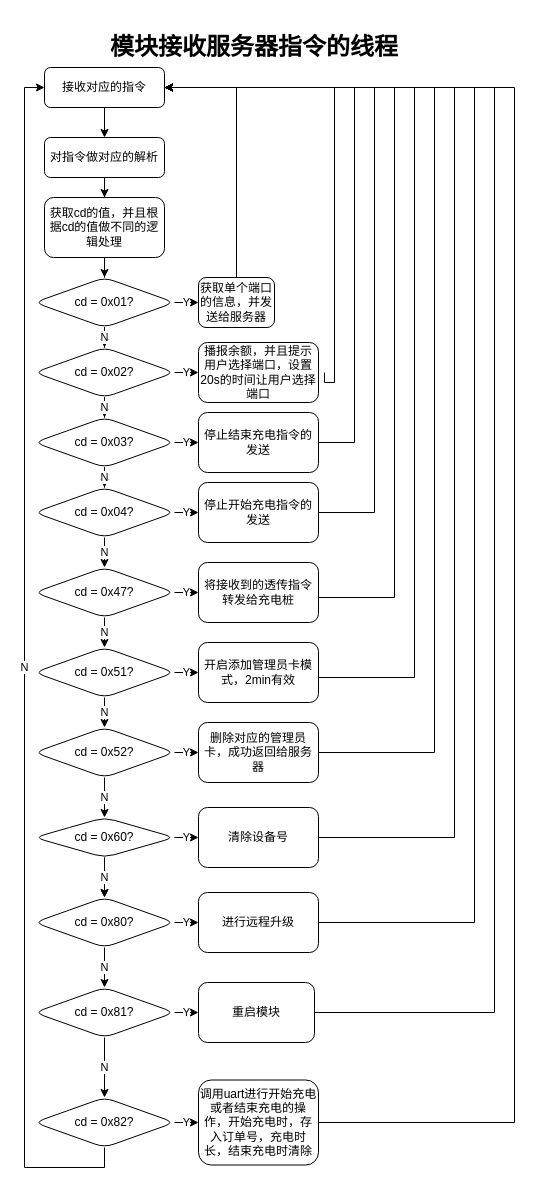
The draw.io diagram page "第 2 页" (2 of 5) of Untitled Diagram.drawio in SearchFan/Chip_Flowchart, before the edit. Source tidied: cells renumbered, new cells numbered last; positions are measured from the earlier drawing's top-left corner, leaving out a move shared by most shapes. Both pictures are drawn from the tidied source at 100%, with x=0, y=0 at pixel (34, 27).
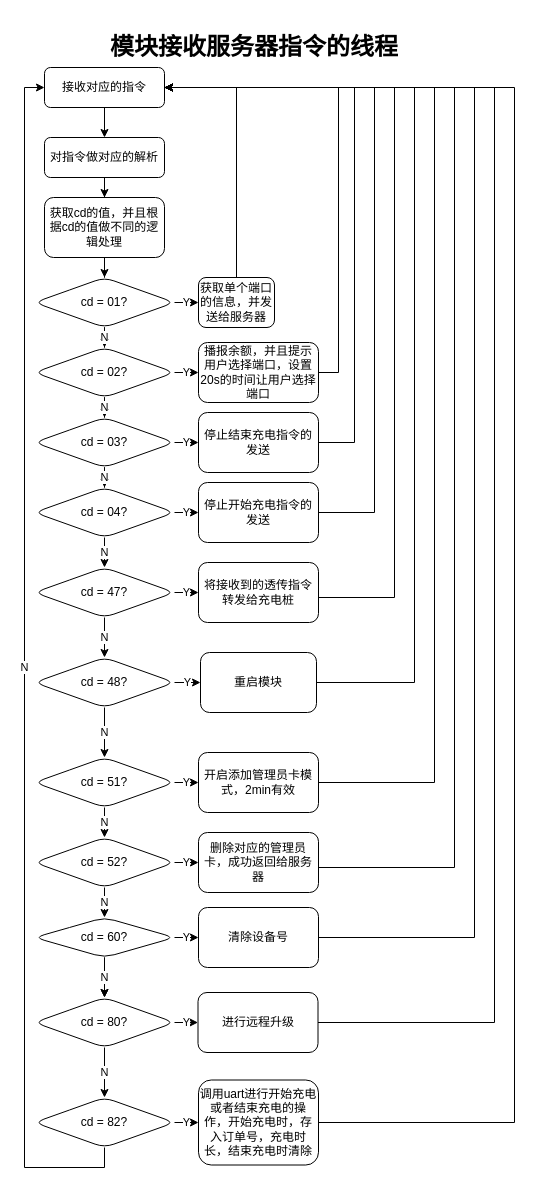
The same page after the edit.

Unchanged cells that the change refers to:
```xml
<mxCell id="3" value="接收对应的指令" style="rounded=1;whiteSpace=wrap;html=1;fontSize=12;glass=0;strokeWidth=1;shadow=0;" parent="1" vertex="1">
  <mxGeometry x="10" y="40" width="120" height="40" as="geometry" />
</mxCell>
<mxCell id="38" value="播报余额，并且提示用户选择端口，设置20s的时间让用户选择端口" style="whiteSpace=wrap;html=1;rounded=1;shadow=0;strokeWidth=1;glass=0;" parent="1" vertex="1">
  <mxGeometry x="164" y="315" width="120" height="60" as="geometry" />
</mxCell>
```

Change to the diagram source:
```diff
@@
-    <mxCell id="10" value="cd = 0x01?" style="rhombus;whiteSpace=wrap;html=1;rounded=1;shadow=0;strokeWidth=1;glass=0;" parent="1" vertex="1">
+    <mxCell id="10" value="cd = 01?" style="rhombus;whiteSpace=wrap;html=1;rounded=1;shadow=0;strokeWidth=1;glass=0;" parent="1" vertex="1">
       <mxGeometry y="250" width="140" height="50" as="geometry" />
     </mxCell>
@@
-    <mxCell id="13" value="cd = 0x02?" style="rhombus;whiteSpace=wrap;html=1;rounded=1;shadow=0;strokeWidth=1;glass=0;" parent="1" vertex="1">
+    <mxCell id="13" value="cd = 02?" style="rhombus;whiteSpace=wrap;html=1;rounded=1;shadow=0;strokeWidth=1;glass=0;" parent="1" vertex="1">
       <mxGeometry y="320" width="140" height="50" as="geometry" />
     </mxCell>
@@
-    <mxCell id="16" value="cd = 0x03?" style="rhombus;whiteSpace=wrap;html=1;rounded=1;shadow=0;strokeWidth=1;glass=0;" parent="1" vertex="1">
+    <mxCell id="16" value="cd = 03?" style="rhombus;whiteSpace=wrap;html=1;rounded=1;shadow=0;strokeWidth=1;glass=0;" parent="1" vertex="1">
       <mxGeometry y="390" width="140" height="50" as="geometry" />
     </mxCell>
@@
-    <mxCell id="19" value="cd = 0x04?" style="rhombus;whiteSpace=wrap;html=1;rounded=1;shadow=0;strokeWidth=1;glass=0;" parent="1" vertex="1">
+    <mxCell id="19" value="cd = 04?" style="rhombus;whiteSpace=wrap;html=1;rounded=1;shadow=0;strokeWidth=1;glass=0;" parent="1" vertex="1">
       <mxGeometry y="460" width="140" height="50" as="geometry" />
     </mxCell>
-    <mxCell id="20" value="N" style="edgeStyle=orthogonalEdgeStyle;rounded=0;jettySize=auto;html=1;" parent="1" edge="1" source="22" target="25">
-      <mxGeometry relative="1" as="geometry" />
-    </mxCell>
@@
+    <mxCell id="65" value="N" style="edgeStyle=orthogonalEdgeStyle;rounded=0;jettySize=auto;html=1;" parent="1" edge="1" source="22" target="68">
+      <mxGeometry relative="1" as="geometry" />
+    </mxCell>
-    <mxCell id="22" value="cd = 0x47?" style="rhombus;whiteSpace=wrap;html=1;rounded=1;shadow=0;strokeWidth=1;glass=0;" parent="1" vertex="1">
+    <mxCell id="22" value="cd = 47?" style="rhombus;whiteSpace=wrap;html=1;rounded=1;shadow=0;strokeWidth=1;glass=0;" parent="1" vertex="1">
       <mxGeometry y="540" width="140" height="50" as="geometry" />
     </mxCell>
@@
-    <mxCell id="25" value="cd = 0x51?" style="rhombus;whiteSpace=wrap;html=1;rounded=1;shadow=0;strokeWidth=1;glass=0;" parent="1" vertex="1">
-      <mxGeometry y="620" width="140" height="50" as="geometry" />
+    <mxCell id="25" value="cd = 51?" style="rhombus;whiteSpace=wrap;html=1;rounded=1;shadow=0;strokeWidth=1;glass=0;" parent="1" vertex="1">
+      <mxGeometry y="730" width="140" height="50" as="geometry" />
     </mxCell>
@@
-    <mxCell id="28" value="cd = 0x52?" style="rhombus;whiteSpace=wrap;html=1;rounded=1;shadow=0;strokeWidth=1;glass=0;" parent="1" vertex="1">
-      <mxGeometry y="700" width="140" height="50" as="geometry" />
+    <mxCell id="28" value="cd = 52?" style="rhombus;whiteSpace=wrap;html=1;rounded=1;shadow=0;strokeWidth=1;glass=0;" parent="1" vertex="1">
+      <mxGeometry y="810" width="140" height="50" as="geometry" />
     </mxCell>
@@
-    <mxCell id="30" value="N" style="edgeStyle=orthogonalEdgeStyle;rounded=0;jettySize=auto;html=1;" parent="1" edge="1" source="31" target="62">
-      <mxGeometry relative="1" as="geometry" />
-    </mxCell>
+    <mxCell id="60" value="N" style="edgeStyle=orthogonalEdgeStyle;rounded=0;jettySize=auto;html=1;exitX=0.5;exitY=1;exitDx=0;exitDy=0;entryX=0.5;entryY=0;entryDx=0;entryDy=0;" parent="1" edge="1" source="31" target="34">
+      <mxGeometry relative="1" as="geometry" />
+    </mxCell>
-    <mxCell id="31" value="cd = 0x80?" style="rhombus;whiteSpace=wrap;html=1;rounded=1;shadow=0;strokeWidth=1;glass=0;" parent="1" vertex="1">
-      <mxGeometry y="870" width="140" height="50" as="geometry" />
+    <mxCell id="31" value="cd = 80?" style="rhombus;whiteSpace=wrap;html=1;rounded=1;shadow=0;strokeWidth=1;glass=0;" parent="1" vertex="1">
+      <mxGeometry y="970" width="140" height="50" as="geometry" />
     </mxCell>
@@
-    <mxCell id="34" value="cd = 0x82?" style="rhombus;whiteSpace=wrap;html=1;rounded=1;shadow=0;strokeWidth=1;glass=0;" parent="1" vertex="1">
+    <mxCell id="34" value="cd = 82?" style="rhombus;whiteSpace=wrap;html=1;rounded=1;shadow=0;strokeWidth=1;glass=0;" parent="1" vertex="1">
       <mxGeometry y="1070" width="140" height="50" as="geometry" />
     </mxCell>
@@
-    <mxCell id="37" style="edgeStyle=orthogonalEdgeStyle;rounded=0;jettySize=auto;html=1;entryX=1;entryY=0.5;entryDx=0;entryDy=0;" parent="1" edge="1" target="3">
-      <mxGeometry relative="1" as="geometry">
-        <mxPoint x="290" y="345" as="sourcePoint" />
-        <Array as="points">
-          <mxPoint x="300" y="355" />
-          <mxPoint x="300" y="60" />
-        </Array>
-      </mxGeometry>
-    </mxCell>
+    <mxCell id="66" style="edgeStyle=orthogonalEdgeStyle;rounded=0;jettySize=auto;html=1;exitX=1;exitY=0.5;exitDx=0;exitDy=0;entryX=1;entryY=0.5;entryDx=0;entryDy=0;" parent="1" edge="1" source="38" target="3">
+      <mxGeometry relative="1" as="geometry" />
+    </mxCell>
@@
     <mxCell id="45" style="edgeStyle=orthogonalEdgeStyle;rounded=0;jettySize=auto;html=1;exitX=1;exitY=0.5;exitDx=0;exitDy=0;entryX=1;entryY=0.5;entryDx=0;entryDy=0;" parent="1" edge="1" source="46" target="3">
       <mxGeometry relative="1" as="geometry">
         <Array as="points">
-          <mxPoint x="284" y="650" />
-          <mxPoint x="380" y="650" />
-          <mxPoint x="380" y="60" />
+          <mxPoint x="400" y="755" />
+          <mxPoint x="400" y="60" />
         </Array>
       </mxGeometry>
     </mxCell>
     <mxCell id="46" value="开启添加管理员卡模式，2min有效" style="whiteSpace=wrap;html=1;rounded=1;shadow=0;strokeWidth=1;glass=0;" parent="1" vertex="1">
-      <mxGeometry x="164" y="615" width="120" height="60" as="geometry" />
+      <mxGeometry x="164" y="725" width="120" height="60" as="geometry" />
     </mxCell>
     <mxCell id="47" style="edgeStyle=orthogonalEdgeStyle;rounded=0;jettySize=auto;html=1;exitX=1;exitY=0.5;exitDx=0;exitDy=0;entryX=1;entryY=0.5;entryDx=0;entryDy=0;" parent="1" edge="1" source="48" target="3">
       <mxGeometry relative="1" as="geometry">
         <Array as="points">
-          <mxPoint x="400" y="725" />
-          <mxPoint x="400" y="60" />
+          <mxPoint x="284" y="840" />
+          <mxPoint x="420" y="840" />
+          <mxPoint x="420" y="60" />
         </Array>
       </mxGeometry>
     </mxCell>
     <mxCell id="48" value="删除对应的管理员卡，成功返回给服务器" style="whiteSpace=wrap;html=1;rounded=1;shadow=0;strokeWidth=1;glass=0;" parent="1" vertex="1">
-      <mxGeometry x="164" y="695" width="120" height="60" as="geometry" />
+      <mxGeometry x="164" y="805" width="120" height="60" as="geometry" />
     </mxCell>
     <mxCell id="49" style="edgeStyle=orthogonalEdgeStyle;rounded=0;jettySize=auto;html=1;exitX=1;exitY=0.5;exitDx=0;exitDy=0;entryX=1;entryY=0.5;entryDx=0;entryDy=0;" parent="1" edge="1" source="50" target="3">
       <mxGeometry relative="1" as="geometry">
         <Array as="points">
-          <mxPoint x="440" y="895" />
-          <mxPoint x="440" y="60" />
+          <mxPoint x="460" y="995" />
+          <mxPoint x="460" y="60" />
         </Array>
       </mxGeometry>
     </mxCell>
     <mxCell id="50" value="进行远程升级" style="whiteSpace=wrap;html=1;rounded=1;shadow=0;strokeWidth=1;glass=0;" parent="1" vertex="1">
-      <mxGeometry x="164" y="865" width="120" height="60" as="geometry" />
+      <mxGeometry x="163.5" y="965" width="120" height="60" as="geometry" />
     </mxCell>
@@
-    <mxCell id="57" value="cd = 0x60?" style="rhombus;whiteSpace=wrap;html=1;rounded=1;shadow=0;strokeWidth=1;glass=0;" parent="1" vertex="1">
-      <mxGeometry y="790" width="140" height="40" as="geometry" />
+    <mxCell id="57" value="cd = 60?" style="rhombus;whiteSpace=wrap;html=1;rounded=1;shadow=0;strokeWidth=1;glass=0;" parent="1" vertex="1">
+      <mxGeometry y="890" width="140" height="40" as="geometry" />
     </mxCell>
     <mxCell id="58" style="edgeStyle=orthogonalEdgeStyle;rounded=0;jettySize=auto;html=1;exitX=1;exitY=0.5;exitDx=0;exitDy=0;entryX=1;entryY=0.5;entryDx=0;entryDy=0;" parent="1" edge="1" source="59" target="3">
       <mxGeometry relative="1" as="geometry">
         <Array as="points">
-          <mxPoint x="420" y="810" />
-          <mxPoint x="420" y="60" />
+          <mxPoint x="440" y="910" />
+          <mxPoint x="440" y="60" />
         </Array>
       </mxGeometry>
     </mxCell>
     <mxCell id="59" value="清除设备号" style="whiteSpace=wrap;html=1;rounded=1;shadow=0;strokeWidth=1;glass=0;" parent="1" vertex="1">
-      <mxGeometry x="164" y="780" width="120" height="60" as="geometry" />
+      <mxGeometry x="164" y="880" width="120" height="60" as="geometry" />
     </mxCell>
-    <mxCell id="60" value="N" style="edgeStyle=orthogonalEdgeStyle;rounded=0;jettySize=auto;html=1;exitX=0.5;exitY=1;exitDx=0;exitDy=0;entryX=0.5;entryY=0;entryDx=0;entryDy=0;" parent="1" edge="1" source="62" target="34">
-      <mxGeometry relative="1" as="geometry" />
-    </mxCell>
-    <mxCell id="61" value="Y" style="edgeStyle=orthogonalEdgeStyle;rounded=0;jettySize=auto;html=1;" parent="1" edge="1" source="62" target="64">
-      <mxGeometry relative="1" as="geometry" />
-    </mxCell>
-    <mxCell id="62" value="cd = 0x81?" style="rhombus;whiteSpace=wrap;html=1;rounded=1;shadow=0;strokeWidth=1;glass=0;" parent="1" vertex="1">
-      <mxGeometry y="960" width="140" height="50" as="geometry" />
-    </mxCell>
     <mxCell id="63" style="edgeStyle=orthogonalEdgeStyle;rounded=0;jettySize=auto;html=1;exitX=1;exitY=0.5;exitDx=0;exitDy=0;entryX=1;entryY=0.5;entryDx=0;entryDy=0;" parent="1" edge="1" source="64" target="3">
       <mxGeometry relative="1" as="geometry">
         <Array as="points">
-          <mxPoint x="460" y="985" />
-          <mxPoint x="460" y="60" />
+          <mxPoint x="380" y="655" />
+          <mxPoint x="380" y="60" />
         </Array>
       </mxGeometry>
     </mxCell>
     <mxCell id="64" value="重启模块" style="whiteSpace=wrap;html=1;rounded=1;shadow=0;strokeWidth=1;glass=0;" parent="1" vertex="1">
-      <mxGeometry x="164" y="955" width="116" height="60" as="geometry" />
+      <mxGeometry x="166" y="625" width="116" height="60" as="geometry" />
     </mxCell>
+    <mxCell id="67" value="N" style="edgeStyle=orthogonalEdgeStyle;rounded=0;jettySize=auto;html=1;exitX=0.5;exitY=1;exitDx=0;exitDy=0;" parent="1" edge="1" source="68" target="25">
+      <mxGeometry relative="1" as="geometry" />
+    </mxCell>
+    <mxCell id="61" value="Y" style="edgeStyle=orthogonalEdgeStyle;rounded=0;jettySize=auto;html=1;exitX=1;exitY=0.5;exitDx=0;exitDy=0;entryX=0;entryY=0.5;entryDx=0;entryDy=0;" parent="1" edge="1" source="68" target="64">
+      <mxGeometry relative="1" as="geometry" />
+    </mxCell>
+    <mxCell id="68" value="cd = 48?" style="rhombus;whiteSpace=wrap;html=1;rounded=1;shadow=0;strokeWidth=1;glass=0;" parent="1" vertex="1">
+      <mxGeometry y="630" width="140" height="50" as="geometry" />
+    </mxCell>
```
